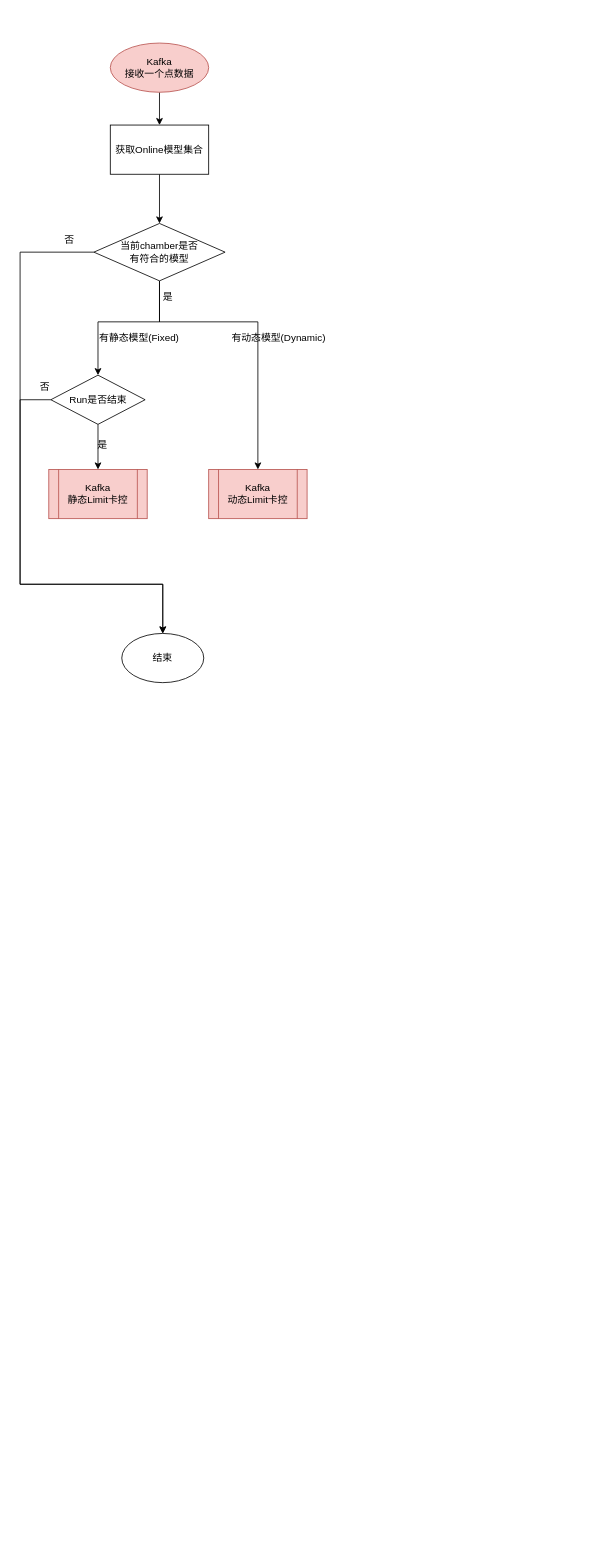
Earlier version of the draw.io diagram page "1.1" (2 of 2) of 动态Limit.drawio (siyawu/draw). Source tidied: cells renumbered, new cells numbered last; positions are measured from the earlier drawing's top-left corner, leaving out a move shared by most shapes. Both pictures are drawn from the tidied source at 82%, with x=0, y=0 at pixel (20, 43).
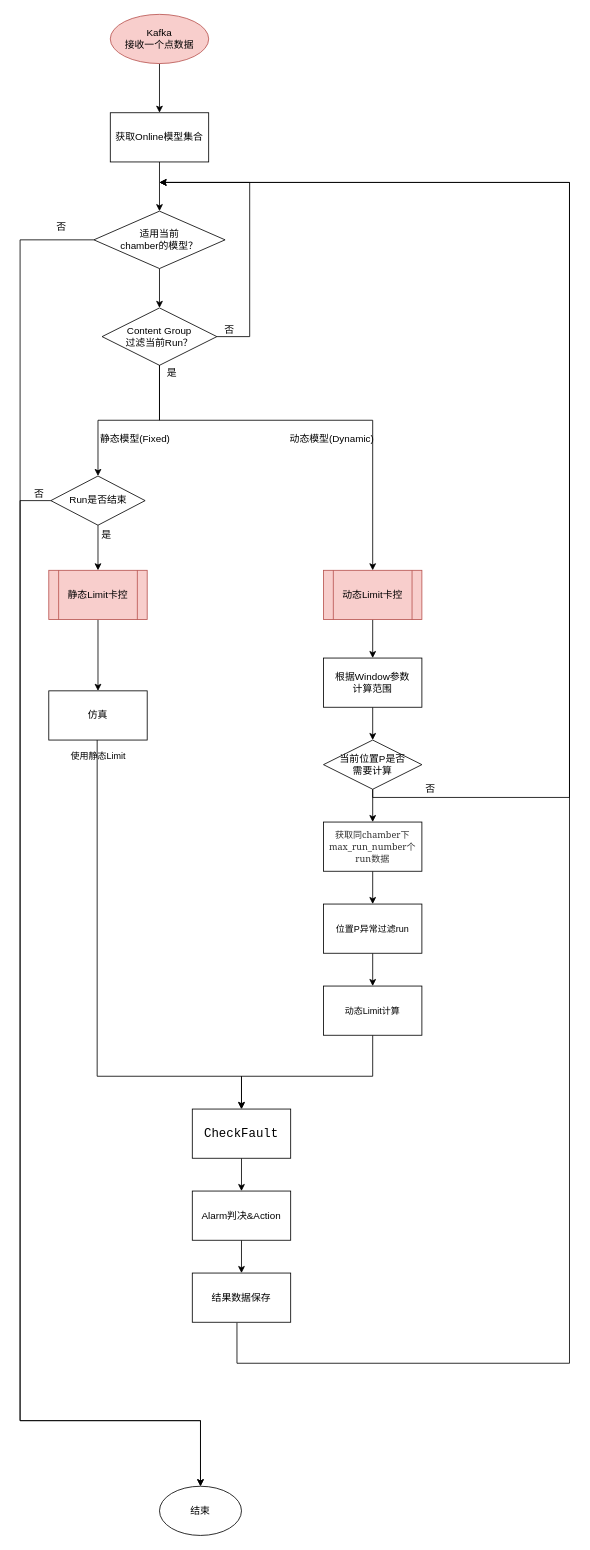
After the change.

What changed in the source:
```diff
@@
     <mxCell id="3" value="&lt;span&gt;Kafka&lt;/span&gt;&lt;br&gt;&lt;span&gt;接收一个点数据&lt;/span&gt;" style="strokeWidth=1;html=1;shape=mxgraph.flowchart.start_1;whiteSpace=wrap;fillColor=#f8cecc;strokeColor=#b85450;" parent="1" vertex="1">
-      <mxGeometry x="110" width="120" height="60" as="geometry" />
+      <mxGeometry x="110" y="-35" width="120" height="60" as="geometry" />
     </mxCell>
@@
     <mxCell id="5" value="获取Online模型集合" style="whiteSpace=wrap;html=1;strokeWidth=1;" parent="1" vertex="1">
-      <mxGeometry x="110" y="100" width="120" height="60" as="geometry" />
+      <mxGeometry x="110" y="85" width="120" height="60" as="geometry" />
     </mxCell>
     <mxCell id="6" style="edgeStyle=orthogonalEdgeStyle;rounded=0;jettySize=auto;html=1;" parent="1" edge="1" source="9" target="10">
       <mxGeometry relative="1" as="geometry">
         <Array as="points">
-          <mxPoint y="255" />
-          <mxPoint y="660" />
-          <mxPoint x="174" y="660" />
+          <mxPoint y="240" />
+          <mxPoint y="1680" />
+          <mxPoint x="220" y="1680" />
         </Array>
       </mxGeometry>
     </mxCell>
-    <mxCell id="7" style="edgeStyle=orthogonalEdgeStyle;rounded=0;jettySize=auto;html=1;entryX=0.5;entryY=0;entryDx=0;entryDy=0;entryPerimeter=0;" parent="1" edge="1" source="9" target="17">
+    <mxCell id="7" style="edgeStyle=orthogonalEdgeStyle;rounded=0;jettySize=auto;html=1;entryX=0.5;entryY=0;entryDx=0;entryDy=0;entryPerimeter=0;exitX=0.5;exitY=1;exitDx=0;exitDy=0;" parent="1" edge="1" source="26" target="17">
       <mxGeometry relative="1" as="geometry">
         <Array as="points">
-          <mxPoint x="170" y="340" />
-          <mxPoint x="95" y="340" />
+          <mxPoint x="170" y="380" />
+          <mxPoint x="170" y="460" />
+          <mxPoint x="95" y="460" />
         </Array>
       </mxGeometry>
     </mxCell>
-    <mxCell id="8" style="edgeStyle=orthogonalEdgeStyle;rounded=0;jettySize=auto;html=1;exitX=0.5;exitY=1;exitDx=0;exitDy=0;entryX=0.5;entryY=0;entryDx=0;entryDy=0;" parent="1" edge="1" source="9" target="21">
+    <mxCell id="8" style="edgeStyle=orthogonalEdgeStyle;rounded=0;jettySize=auto;html=1;exitX=0.5;exitY=1;exitDx=0;exitDy=0;entryX=0.5;entryY=0;entryDx=0;entryDy=0;" parent="1" edge="1" source="26" target="21">
       <mxGeometry relative="1" as="geometry">
         <Array as="points">
-          <mxPoint x="170" y="340" />
-          <mxPoint x="290" y="340" />
+          <mxPoint x="170" y="380" />
+          <mxPoint x="170" y="460" />
+          <mxPoint x="290" y="460" />
         </Array>
       </mxGeometry>
     </mxCell>
+    <mxCell id="22" style="edgeStyle=orthogonalEdgeStyle;rounded=0;jettySize=auto;html=1;entryX=0.5;entryY=0;entryDx=0;entryDy=0;" parent="1" edge="1" source="9" target="26">
+      <mxGeometry relative="1" as="geometry" />
+    </mxCell>
-    <mxCell id="9" value="当前chamber是否&lt;br&gt;有符合的模型" style="rhombus;whiteSpace=wrap;html=1;strokeWidth=1;" parent="1" vertex="1">
-      <mxGeometry x="90" y="220" width="160" height="70" as="geometry" />
+    <mxCell id="9" value="适用当前&lt;br&gt;chamber的模型？" style="rhombus;whiteSpace=wrap;html=1;strokeWidth=1;" parent="1" vertex="1">
+      <mxGeometry x="90" y="205" width="160" height="70" as="geometry" />
     </mxCell>
     <mxCell id="10" value="结束" style="strokeWidth=1;html=1;shape=mxgraph.flowchart.start_1;whiteSpace=wrap;" parent="1" vertex="1">
-      <mxGeometry x="124" y="720" width="100" height="60" as="geometry" />
+      <mxGeometry x="170" y="1760" width="100" height="60" as="geometry" />
     </mxCell>
     <mxCell id="11" value="否" style="text;html=1;align=center;verticalAlign=middle;strokeColor=none;fillColor=none;" parent="1" vertex="1">
-      <mxGeometry x="45" y="230" width="30" height="20" as="geometry" />
+      <mxGeometry x="35" y="215" width="30" height="20" as="geometry" />
     </mxCell>
     <mxCell id="12" value="是" style="text;html=1;align=center;verticalAlign=middle;strokeColor=none;fillColor=none;" parent="1" vertex="1">
-      <mxGeometry x="165" y="300" width="30" height="20" as="geometry" />
+      <mxGeometry x="170" y="393" width="30" height="20" as="geometry" />
     </mxCell>
-    <mxCell id="13" value="有静态模型(Fixed)" style="text;html=1;align=center;verticalAlign=middle;strokeColor=none;fillColor=none;" parent="1" vertex="1">
-      <mxGeometry x="90" y="350" width="110" height="20" as="geometry" />
+    <mxCell id="13" value="静态模型(Fixed)" style="text;html=1;align=center;verticalAlign=middle;strokeColor=none;fillColor=none;" parent="1" vertex="1">
+      <mxGeometry x="90" y="473" width="100" height="20" as="geometry" />
     </mxCell>
-    <mxCell id="14" value="有动态模型(Dynamic)" style="text;html=1;align=center;verticalAlign=middle;" parent="1" vertex="1">
-      <mxGeometry x="250" y="350" width="130" height="20" as="geometry" />
+    <mxCell id="14" value="动态模型(Dynamic)" style="text;html=1;align=center;verticalAlign=middle;" parent="1" vertex="1">
+      <mxGeometry x="320" y="473" width="120" height="20" as="geometry" />
     </mxCell>
-    <mxCell id="15" style="edgeStyle=orthogonalEdgeStyle;rounded=0;jettySize=auto;html=1;entryX=0.5;entryY=0;entryDx=0;entryDy=0;entryPerimeter=0;exitX=0;exitY=0.5;exitDx=0;exitDy=0;exitPerimeter=0;" parent="1" edge="1" source="17" target="10">
+    <mxCell id="15" style="edgeStyle=orthogonalEdgeStyle;rounded=0;jettySize=auto;html=1;exitX=0;exitY=0.5;exitDx=0;exitDy=0;exitPerimeter=0;entryX=0.5;entryY=0;entryDx=0;entryDy=0;entryPerimeter=0;" parent="1" edge="1" source="17" target="10">
       <mxGeometry relative="1" as="geometry">
         <Array as="points">
-          <mxPoint y="435" />
-          <mxPoint y="660" />
-          <mxPoint x="174" y="660" />
+          <mxPoint y="558" />
+          <mxPoint y="1680" />
+          <mxPoint x="220" y="1680" />
         </Array>
       </mxGeometry>
     </mxCell>
@@
     <mxCell id="17" value="Run是否结束" style="strokeWidth=1;html=1;shape=mxgraph.flowchart.decision;whiteSpace=wrap;" parent="1" vertex="1">
-      <mxGeometry x="37.5" y="405" width="115" height="60" as="geometry" />
+      <mxGeometry x="37.5" y="528" width="115" height="60" as="geometry" />
     </mxCell>
     <mxCell id="18" value="否" style="text;html=1;align=center;verticalAlign=middle;strokeColor=none;fillColor=none;" parent="1" vertex="1">
-      <mxGeometry x="15" y="410" width="30" height="20" as="geometry" />
+      <mxGeometry x="7.5" y="540" width="30" height="20" as="geometry" />
     </mxCell>
     <mxCell id="19" value="是" style="text;html=1;align=center;verticalAlign=middle;strokeColor=none;fillColor=none;" parent="1" vertex="1">
-      <mxGeometry x="85" y="480" width="30" height="20" as="geometry" />
+      <mxGeometry x="90" y="590" width="30" height="20" as="geometry" />
     </mxCell>
+    <mxCell id="23" style="edgeStyle=orthogonalEdgeStyle;rounded=0;jettySize=auto;html=1;" parent="1" edge="1" source="20" target="29">
+      <mxGeometry relative="1" as="geometry" />
+    </mxCell>
-    <mxCell id="20" value="&lt;span&gt;Kafka&lt;br&gt;静态Limit卡控&lt;/span&gt;" style="shape=process;whiteSpace=wrap;html=1;backgroundOutline=1;fillColor=#f8cecc;strokeColor=#b85450;" parent="1" vertex="1">
-      <mxGeometry x="35" y="520" width="120" height="60" as="geometry" />
+    <mxCell id="20" value="&lt;span&gt;静态Limit卡控&lt;/span&gt;" style="shape=process;whiteSpace=wrap;html=1;backgroundOutline=1;fillColor=#f8cecc;strokeColor=#b85450;" parent="1" vertex="1">
+      <mxGeometry x="35" y="643" width="120" height="60" as="geometry" />
     </mxCell>
+    <mxCell id="24" style="edgeStyle=orthogonalEdgeStyle;rounded=0;jettySize=auto;html=1;fontColor=#000000;" parent="1" edge="1" source="21" target="37">
+      <mxGeometry relative="1" as="geometry" />
+    </mxCell>
-    <mxCell id="21" value="Kafka&lt;br&gt;动态Limit卡控" style="shape=process;whiteSpace=wrap;html=1;backgroundOutline=1;fillColor=#f8cecc;strokeColor=#b85450;" parent="1" vertex="1">
-      <mxGeometry x="230" y="520" width="120" height="60" as="geometry" />
+    <mxCell id="21" value="动态Limit卡控" style="shape=process;whiteSpace=wrap;html=1;backgroundOutline=1;fillColor=#f8cecc;strokeColor=#b85450;" parent="1" vertex="1">
+      <mxGeometry x="370" y="643" width="120" height="60" as="geometry" />
     </mxCell>
+    <mxCell id="25" style="edgeStyle=orthogonalEdgeStyle;rounded=0;jettySize=auto;html=1;exitX=1;exitY=0.5;exitDx=0;exitDy=0;" parent="1" edge="1" source="26">
+      <mxGeometry relative="1" as="geometry">
+        <mxPoint x="170" y="170" as="targetPoint" />
+        <Array as="points">
+          <mxPoint x="280" y="358" />
+          <mxPoint x="280" y="170" />
+        </Array>
+      </mxGeometry>
+    </mxCell>
+    <mxCell id="26" value="Content Group&lt;br&gt;过滤当前Run？" style="rhombus;whiteSpace=wrap;html=1;strokeWidth=1;" parent="1" vertex="1">
+      <mxGeometry x="100" y="323" width="140" height="70" as="geometry" />
+    </mxCell>
+    <mxCell id="27" value="否" style="text;html=1;align=center;verticalAlign=middle;strokeColor=none;fillColor=none;" parent="1" vertex="1">
+      <mxGeometry x="240" y="340" width="30" height="20" as="geometry" />
+    </mxCell>
+    <mxCell id="28" style="edgeStyle=orthogonalEdgeStyle;rounded=0;jettySize=auto;html=1;entryX=0.5;entryY=0;entryDx=0;entryDy=0;" parent="1" edge="1" source="29" target="31">
+      <mxGeometry relative="1" as="geometry">
+        <Array as="points">
+          <mxPoint x="94" y="1260" />
+          <mxPoint x="270" y="1260" />
+        </Array>
+      </mxGeometry>
+    </mxCell>
+    <mxCell id="29" value="仿真" style="whiteSpace=wrap;html=1;" parent="1" vertex="1">
+      <mxGeometry x="35" y="790" width="120" height="60" as="geometry" />
+    </mxCell>
+    <mxCell id="30" style="edgeStyle=orthogonalEdgeStyle;rounded=0;jettySize=auto;html=1;entryX=0.5;entryY=0;entryDx=0;entryDy=0;fontColor=#000000;" parent="1" edge="1" source="31" target="33">
+      <mxGeometry relative="1" as="geometry" />
+    </mxCell>
+    <mxCell id="31" value="&lt;span style=&quot;background-color: rgb(255 , 255 , 255) ; font-family: &amp;#34;jetbrains mono&amp;#34; , monospace ; font-size: 11.3pt&quot;&gt;CheckFault&lt;/span&gt;" style="rounded=0;whiteSpace=wrap;html=1;fontColor=#000000;strokeWidth=1;" parent="1" vertex="1">
+      <mxGeometry x="210" y="1300" width="120" height="60" as="geometry" />
+    </mxCell>
+    <mxCell id="32" style="edgeStyle=orthogonalEdgeStyle;rounded=0;jettySize=auto;html=1;fontColor=#000000;" parent="1" edge="1" source="33" target="35">
+      <mxGeometry relative="1" as="geometry" />
+    </mxCell>
+    <mxCell id="33" value="Alarm判决&amp;amp;Action" style="rounded=0;whiteSpace=wrap;html=1;fontColor=#000000;strokeWidth=1;" parent="1" vertex="1">
+      <mxGeometry x="210" y="1400" width="120" height="60" as="geometry" />
+    </mxCell>
+    <mxCell id="34" style="edgeStyle=orthogonalEdgeStyle;rounded=0;jettySize=auto;html=1;fontColor=#000000;exitX=0.454;exitY=1.008;exitDx=0;exitDy=0;exitPerimeter=0;" parent="1" edge="1" source="35">
+      <mxGeometry relative="1" as="geometry">
+        <mxPoint x="170" y="170" as="targetPoint" />
+        <Array as="points">
+          <mxPoint x="265" y="1610" />
+          <mxPoint x="670" y="1610" />
+          <mxPoint x="670" y="170" />
+        </Array>
+      </mxGeometry>
+    </mxCell>
+    <mxCell id="35" value="结果数据保存" style="rounded=0;whiteSpace=wrap;html=1;fontColor=#000000;strokeWidth=1;" parent="1" vertex="1">
+      <mxGeometry x="210" y="1500" width="120" height="60" as="geometry" />
+    </mxCell>
+    <mxCell id="36" style="edgeStyle=orthogonalEdgeStyle;rounded=0;jettySize=auto;html=1;entryX=0.5;entryY=0;entryDx=0;entryDy=0;fontColor=#000000;" parent="1" edge="1" source="37" target="40">
+      <mxGeometry relative="1" as="geometry" />
+    </mxCell>
+    <mxCell id="37" value="根据Window参数&lt;br&gt;计算范围" style="rounded=0;whiteSpace=wrap;html=1;fontColor=#000000;strokeWidth=1;" parent="1" vertex="1">
+      <mxGeometry x="370" y="750" width="120" height="60" as="geometry" />
+    </mxCell>
+    <mxCell id="38" style="edgeStyle=orthogonalEdgeStyle;rounded=0;jettySize=auto;html=1;fontColor=#000000;" parent="1" edge="1" source="40">
+      <mxGeometry relative="1" as="geometry">
+        <mxPoint x="170" y="170" as="targetPoint" />
+        <Array as="points">
+          <mxPoint x="670" y="920" />
+          <mxPoint x="670" y="170" />
+        </Array>
+      </mxGeometry>
+    </mxCell>
+    <mxCell id="39" style="edgeStyle=orthogonalEdgeStyle;rounded=0;jettySize=auto;html=1;entryX=0.5;entryY=0;entryDx=0;entryDy=0;fontSize=11;fontColor=#000000;" parent="1" edge="1" source="40" target="43">
+      <mxGeometry relative="1" as="geometry" />
+    </mxCell>
+    <mxCell id="40" value="当前位置P是否&lt;br&gt;需要计算" style="rhombus;whiteSpace=wrap;html=1;fontColor=#000000;strokeWidth=1;" parent="1" vertex="1">
+      <mxGeometry x="370" y="850" width="120" height="60" as="geometry" />
+    </mxCell>
+    <mxCell id="41" value="否" style="text;html=1;align=center;verticalAlign=middle;strokeColor=none;fillColor=none;fontColor=#000000;" parent="1" vertex="1">
+      <mxGeometry x="485" y="900" width="30" height="20" as="geometry" />
+    </mxCell>
+    <mxCell id="42" style="edgeStyle=orthogonalEdgeStyle;rounded=0;jettySize=auto;html=1;entryX=0.5;entryY=0;entryDx=0;entryDy=0;fontSize=11;fontColor=#000000;" parent="1" edge="1" source="43" target="45">
+      <mxGeometry relative="1" as="geometry" />
+    </mxCell>
+    <mxCell id="43" value="&lt;span style=&quot;color: rgb(51 , 51 , 51) ; font-family: &amp;#34;merriweather&amp;#34; , &amp;#34;pt serif&amp;#34; , &amp;#34;georgia&amp;#34; , &amp;#34;times new roman&amp;#34; , &amp;#34;stsong&amp;#34; , &amp;#34;segoe ui emoji&amp;#34; , serif ; font-size: 11px ; text-align: left ; background-color: rgb(255 , 255 , 255)&quot;&gt;获取同chamber下max_run_number个run数据&lt;/span&gt;" style="rounded=0;whiteSpace=wrap;html=1;fontColor=#000000;strokeWidth=1;fontSize=11;" parent="1" vertex="1">
+      <mxGeometry x="370" y="950" width="120" height="60" as="geometry" />
+    </mxCell>
+    <mxCell id="44" style="edgeStyle=orthogonalEdgeStyle;rounded=0;jettySize=auto;html=1;entryX=0.5;entryY=0;entryDx=0;entryDy=0;fontSize=11;fontColor=#000000;" parent="1" edge="1" source="45" target="47">
+      <mxGeometry relative="1" as="geometry" />
+    </mxCell>
+    <mxCell id="45" value="位置P异常过滤run" style="rounded=0;whiteSpace=wrap;html=1;fontSize=11;fontColor=#000000;strokeWidth=1;" parent="1" vertex="1">
+      <mxGeometry x="370" y="1050" width="120" height="60" as="geometry" />
+    </mxCell>
+    <mxCell id="46" style="edgeStyle=orthogonalEdgeStyle;rounded=0;jettySize=auto;html=1;entryX=0.5;entryY=0;entryDx=0;entryDy=0;fontSize=11;fontColor=#000000;exitX=0.5;exitY=1;exitDx=0;exitDy=0;" parent="1" edge="1" source="47" target="31">
+      <mxGeometry relative="1" as="geometry">
+        <Array as="points">
+          <mxPoint x="430" y="1260" />
+          <mxPoint x="270" y="1260" />
+        </Array>
+      </mxGeometry>
+    </mxCell>
+    <mxCell id="47" value="动态Limit计算" style="rounded=0;whiteSpace=wrap;html=1;fontSize=11;fontColor=#000000;strokeWidth=1;" parent="1" vertex="1">
+      <mxGeometry x="370" y="1150" width="120" height="60" as="geometry" />
+    </mxCell>
+    <mxCell id="48" value="使用静态Limit" style="text;html=1;align=center;verticalAlign=middle;strokeColor=none;fillColor=none;fontSize=11;fontColor=#000000;" parent="1" vertex="1">
+      <mxGeometry x="50" y="860" width="90" height="20" as="geometry" />
+    </mxCell>
```
